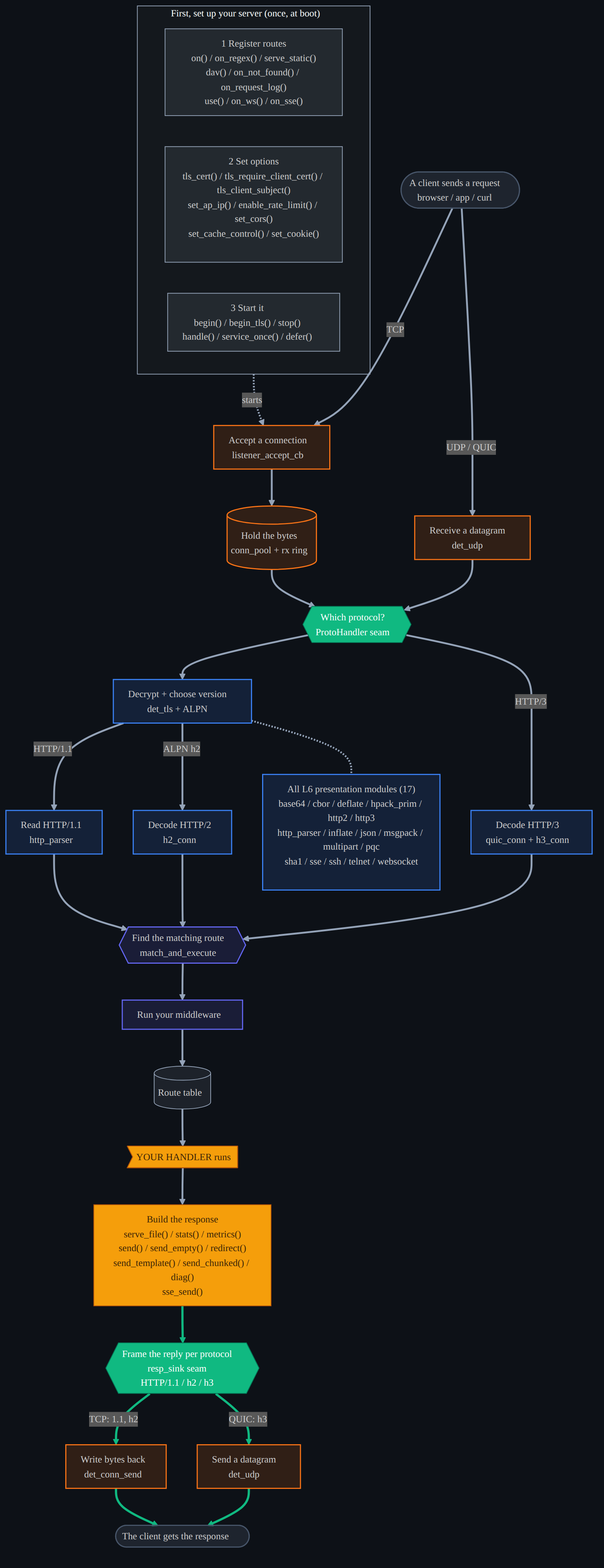
Earlier version of the Mermaid export docs/diagrams/api_flow_detail.dark.png (dstroy0/DeterministicESPAsyncWebServer). Its source is kept beside it as docs/diagrams/api_flow_detail.mmd.
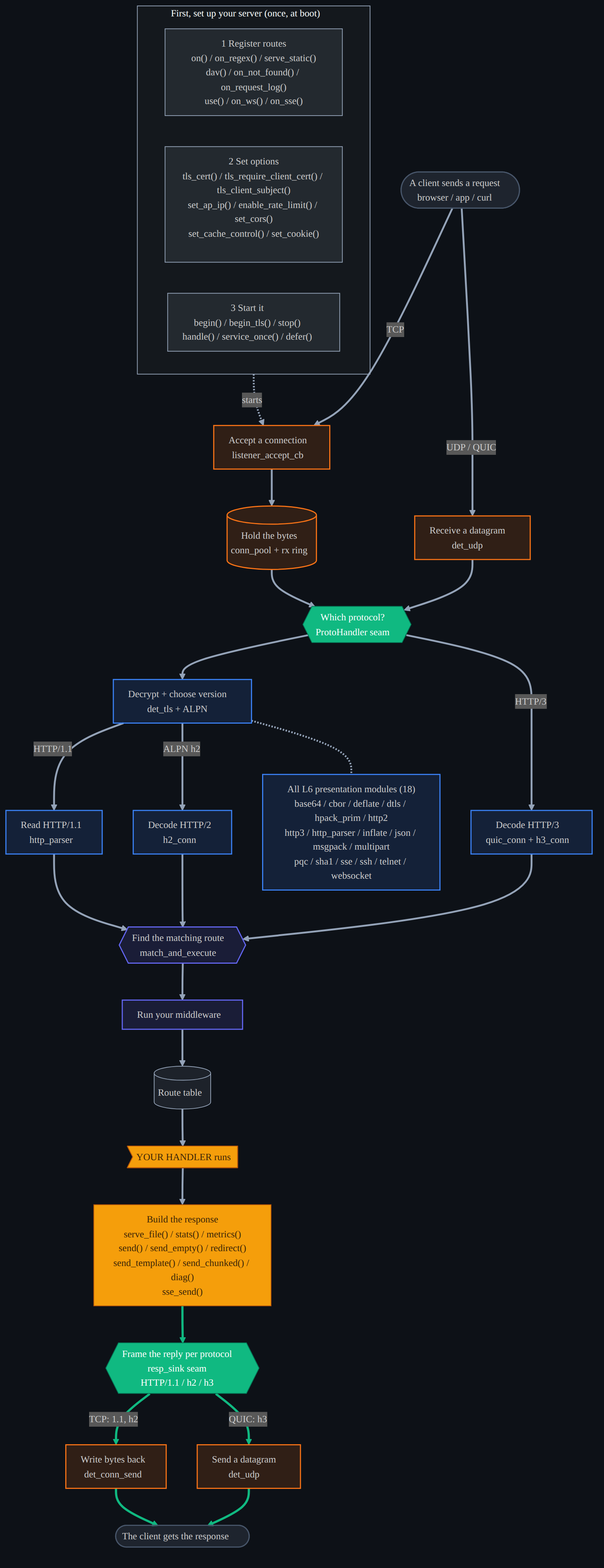
The same diagram one commit later.

The edit, as a diff of the source:
```diff
@@ -25,7 +25,7 @@
   consend["Write bytes back<br/>det_conn_send"]
   udptx["Send a datagram<br/>det_udp"]
   cout(["The client gets the response"])
-  mods["All L6 presentation modules (17)<br/>base64 / cbor / deflate / hpack_prim / http2 / http3<br/>http_parser / inflate / json / msgpack / multipart / pqc<br/>sha1 / sse / ssh / telnet / websocket"]
+  mods["All L6 presentation modules (18)<br/>base64 / cbor / deflate / dtls / hpack_prim / http2<br/>http3 / http_parser / inflate / json / msgpack / multipart<br/>pqc / sha1 / sse / ssh / telnet / websocket"]
 
   run -.->|starts| listen
   cin ==>|TCP| listen
```
